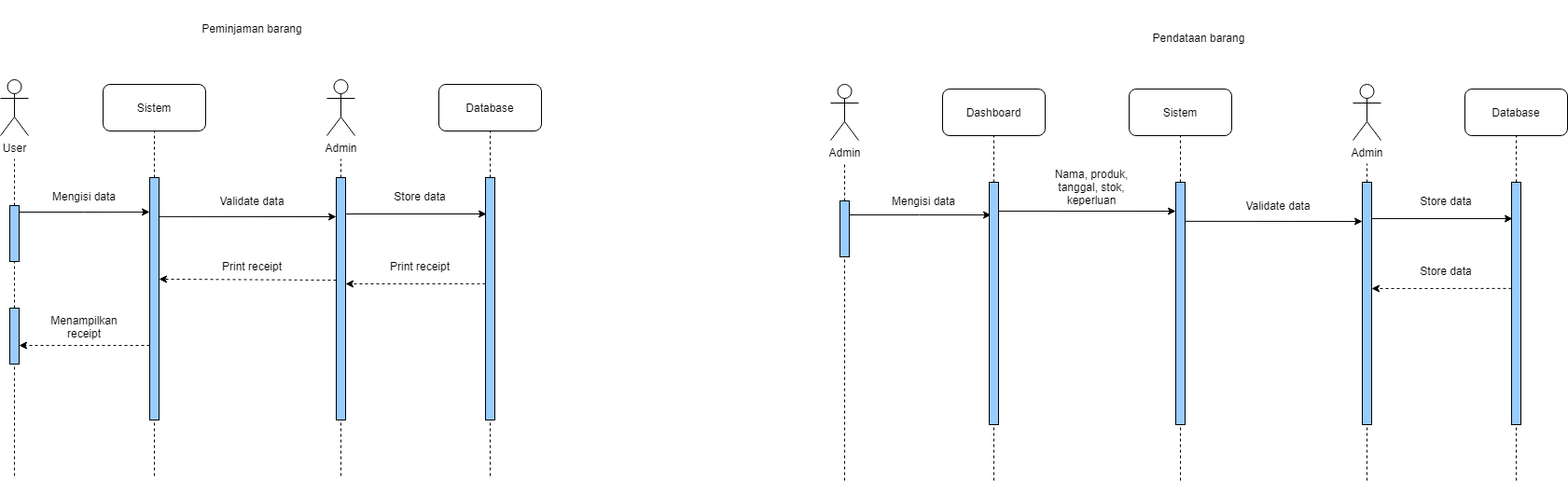
Before: diagrams/Sequence Diagram.drawio.png, a diagram exported from draw.io (johannfac/aplikasipeminjamanaset). Source tidied: cells renumbered, new cells last; positions are measured from the earlier drawing's top-left corner, leaving out a move shared by most shapes.
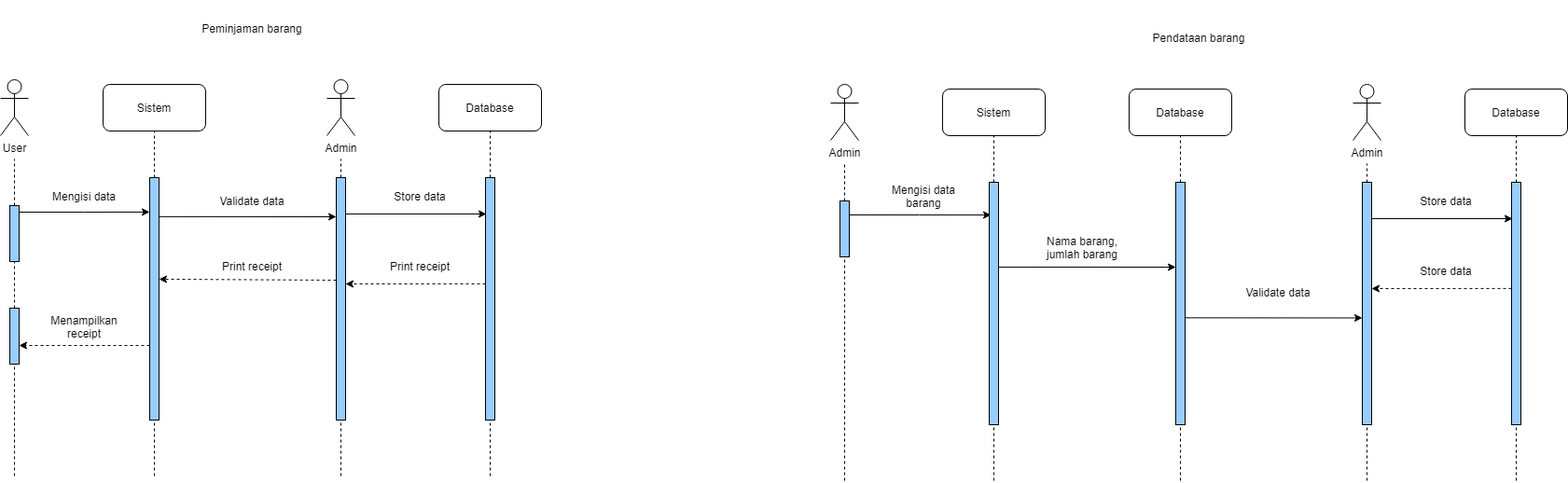
After the change.

Diff of the diagram source:
```diff
@@ -101,7 +101,7 @@
     <mxCell id="28" style="rounded=0;whiteSpace=wrap;html=1;fillColor=#99CCFF;" parent="1" vertex="1">
       <mxGeometry x="10" y="330" width="10" height="60" as="geometry" />
     </mxCell>
-    <mxCell id="29" value="Dashboard" style="rounded=1;whiteSpace=wrap;html=1;" parent="1" vertex="1">
+    <mxCell id="29" value="Sistem" style="rounded=1;whiteSpace=wrap;html=1;" parent="1" vertex="1">
       <mxGeometry x="1010" y="95" width="110" height="50" as="geometry" />
     </mxCell>
     <mxCell id="30" style="endArrow=none;dashed=1;html=1;rounded=0;" parent="1" edge="1" target="28">
@@ -109,7 +109,7 @@
         <mxPoint x="15" y="510" as="sourcePoint" />
       </mxGeometry>
     </mxCell>
-    <mxCell id="31" value="Sistem" style="rounded=1;whiteSpace=wrap;html=1;" parent="1" vertex="1">
+    <mxCell id="31" value="Database" style="rounded=1;whiteSpace=wrap;html=1;" parent="1" vertex="1">
       <mxGeometry x="1210" y="95" width="110" height="50" as="geometry" />
     </mxCell>
     <mxCell id="32" value="Print receipt" style="text;html=1;strokeColor=none;fillColor=none;align=center;verticalAlign=middle;whiteSpace=wrap;rounded=0;" parent="1" vertex="1">
@@ -144,7 +144,11 @@
       </mxGeometry>
     </mxCell>
     <mxCell id="40" style="endArrow=none;dashed=1;html=1;rounded=0;entryX=0.5;entryY=1;entryDx=0;entryDy=0;startArrow=none;" parent="1" edge="1" source="49" target="29">
-      <mxGeometry relative="1" as="geometry" />
+      <mxGeometry relative="1" as="geometry">
+        <Array as="points">
+          <mxPoint x="1065" y="190" />
+        </Array>
+      </mxGeometry>
     </mxCell>
     <mxCell id="41" style="endArrow=none;dashed=1;html=1;rounded=0;entryX=0.5;entryY=1;entryDx=0;entryDy=0;startArrow=none;" parent="1" edge="1" source="51">
       <mxGeometry relative="1" as="geometry">
@@ -202,27 +206,29 @@
         <mxPoint x="1465" y="515" as="sourcePoint" />
       </mxGeometry>
     </mxCell>
-    <mxCell id="55" value="Mengisi data" style="text;html=1;strokeColor=none;fillColor=none;align=center;verticalAlign=middle;whiteSpace=wrap;rounded=0;" parent="1" vertex="1">
-      <mxGeometry x="940" y="205" width="100" height="20" as="geometry" />
+    <mxCell id="55" value="Mengisi data barang" style="text;html=1;strokeColor=none;fillColor=none;align=center;verticalAlign=middle;whiteSpace=wrap;rounded=0;" parent="1" vertex="1">
+      <mxGeometry x="940" y="200" width="100" height="20" as="geometry" />
     </mxCell>
-    <mxCell id="56" value="Nama, produk, tanggal, stok, keperluan" style="text;html=1;strokeColor=none;fillColor=none;align=center;verticalAlign=middle;whiteSpace=wrap;rounded=0;" parent="1" vertex="1">
-      <mxGeometry x="1120" y="175" width="100" height="50" as="geometry" />
+    <mxCell id="56" value="Nama barang, jumlah barang" style="text;html=1;strokeColor=none;fillColor=none;align=center;verticalAlign=middle;whiteSpace=wrap;rounded=0;" parent="1" vertex="1">
+      <mxGeometry x="1110" y="250" width="100" height="30" as="geometry" />
     </mxCell>
-    <mxCell id="57" style="endArrow=classic;html=1;rounded=0;exitX=1;exitY=0.119;exitDx=0;exitDy=0;exitPerimeter=0;" parent="1" edge="1" source="49">
+    <mxCell id="57" style="endArrow=classic;html=1;rounded=0;exitX=1;exitY=0.119;exitDx=0;exitDy=0;exitPerimeter=0;" parent="1" edge="1">
       <mxGeometry relative="1" as="geometry">
-        <mxPoint x="1260" y="226" as="targetPoint" />
+        <mxPoint x="1070" y="285.9" as="sourcePoint" />
+        <mxPoint x="1260" y="286" as="targetPoint" />
       </mxGeometry>
     </mxCell>
-    <mxCell id="58" style="endArrow=classic;html=1;rounded=0;exitX=1;exitY=0.161;exitDx=0;exitDy=0;exitPerimeter=0;" parent="1" edge="1" source="51">
+    <mxCell id="58" style="endArrow=classic;html=1;rounded=0;exitX=1;exitY=0.161;exitDx=0;exitDy=0;exitPerimeter=0;" parent="1" edge="1">
       <mxGeometry relative="1" as="geometry">
-        <mxPoint x="1460" y="237" as="targetPoint" />
+        <mxPoint x="1270" y="340.3" as="sourcePoint" />
+        <mxPoint x="1460" y="340.5" as="targetPoint" />
       </mxGeometry>
     </mxCell>
     <mxCell id="59" value="Store data" style="text;html=1;strokeColor=none;fillColor=none;align=center;verticalAlign=middle;whiteSpace=wrap;rounded=0;" parent="1" vertex="1">
       <mxGeometry x="1500" y="200" width="100" height="30" as="geometry" />
     </mxCell>
     <mxCell id="60" value="Validate data" style="text;html=1;strokeColor=none;fillColor=none;align=center;verticalAlign=middle;whiteSpace=wrap;rounded=0;" parent="1" vertex="1">
-      <mxGeometry x="1320" y="205" width="100" height="30" as="geometry" />
+      <mxGeometry x="1320" y="298.5" width="100" height="30" as="geometry" />
     </mxCell>
     <mxCell id="61" style="endArrow=classic;html=1;rounded=0;entryX=0.1;entryY=0.15;entryDx=0;entryDy=0;entryPerimeter=0;exitX=1;exitY=0.15;exitDx=0;exitDy=0;exitPerimeter=0;" parent="1" edge="1" source="53" target="44">
       <mxGeometry relative="1" as="geometry" />
```
